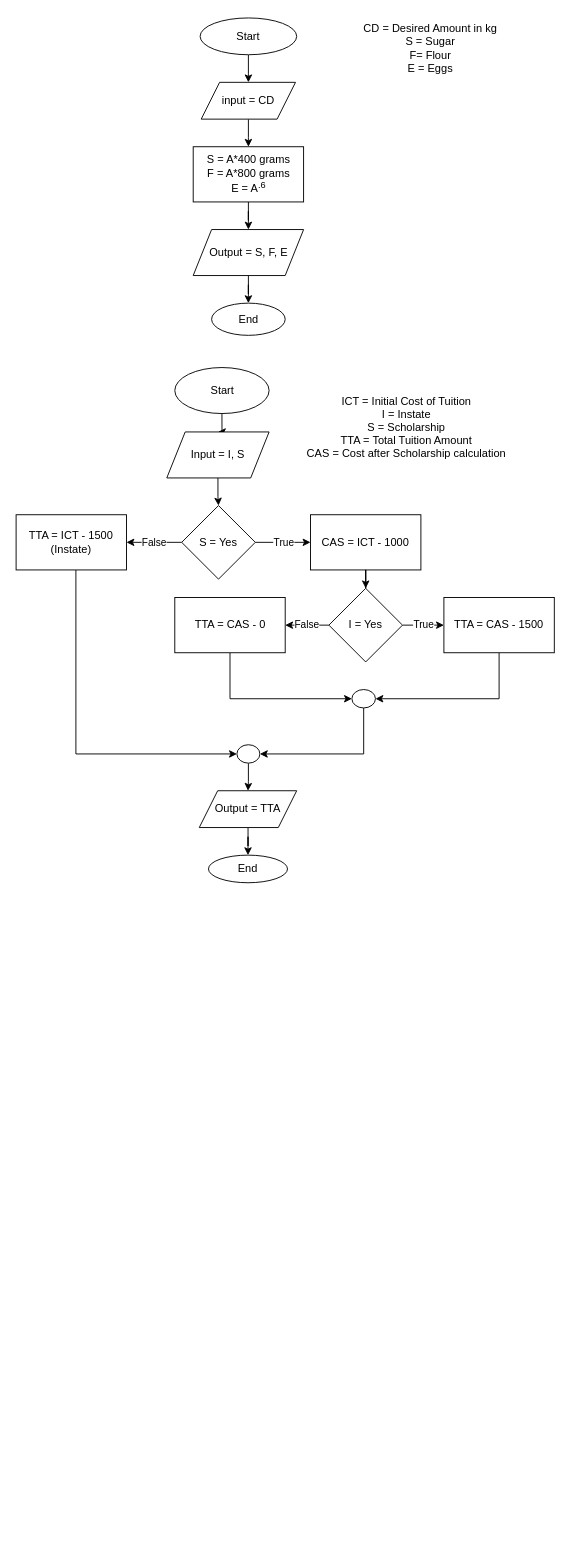
This is Homework.drawio from danielpj17/IS-201, a draw.io file, before an edit. Source tidied: cells renumbered, new cells numbered last; positions are measured from the earlier drawing's top-left corner, leaving out a move shared by most shapes. Both pictures are drawn from the tidied source at 92%, with x=0, y=0 at pixel (16, 16).
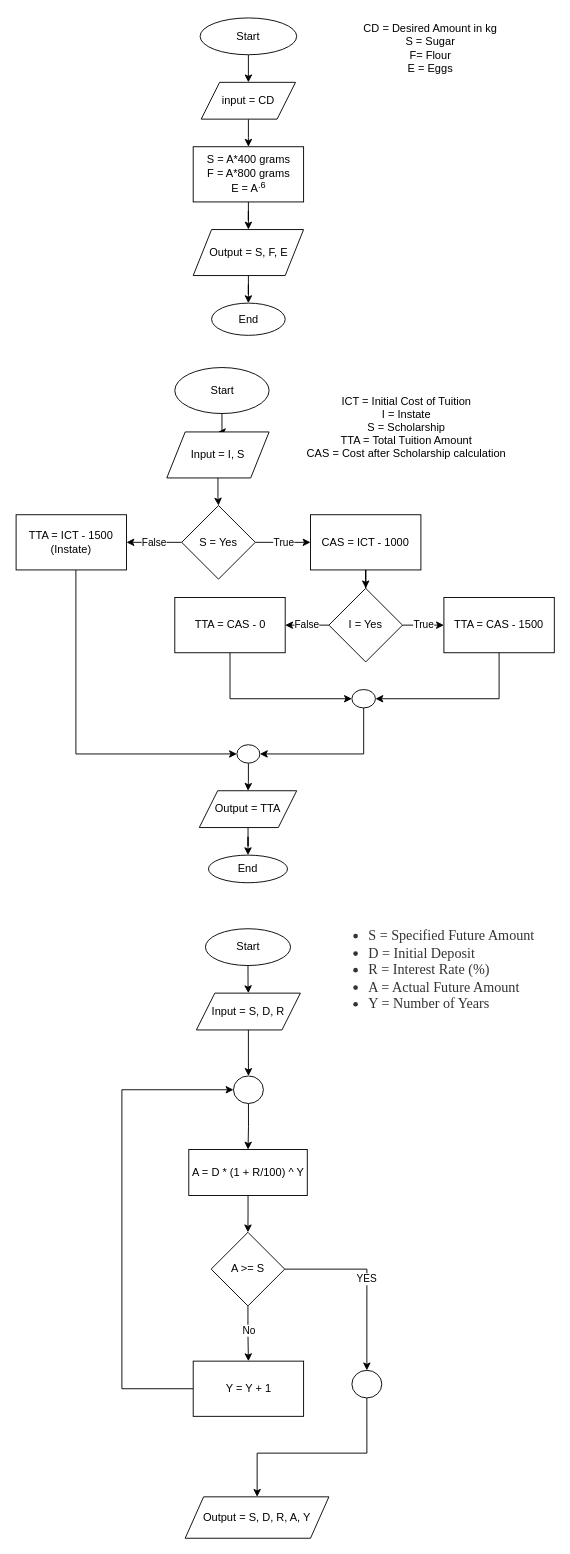
The same page after the edit.

The edit, as a diff of the source:
```diff
@@
+    <mxCell id="39" style="edgeStyle=orthogonalEdgeStyle;rounded=0;jettySize=auto;html=1;" parent="1" edge="1" source="40" target="43">
+      <mxGeometry relative="1" as="geometry" />
+    </mxCell>
+    <mxCell id="40" value="Start" style="ellipse;whiteSpace=wrap;html=1;" parent="1" vertex="1">
+      <mxGeometry x="205.8" y="992" width="92.5" height="40" as="geometry" />
+    </mxCell>
+    <mxCell id="41" value="&lt;ul style=&quot;box-sizing: border-box; margin-top: 0px; margin-bottom: 20px; list-style-position: outside; margin-left: 40px; padding-left: 20px; color: rgb(51, 51, 51); font-family: &amp;quot;PT Serif&amp;quot;, serif; font-size: 15.4px; text-align: start; background-color: rgb(255, 255, 255);&quot;&gt;&lt;li style=&quot;box-sizing: border-box;&quot;&gt;S = Specified Future Amount&lt;/li&gt;&lt;li style=&quot;box-sizing: border-box;&quot;&gt;D = Initial Deposit&lt;/li&gt;&lt;li style=&quot;box-sizing: border-box;&quot;&gt;R = Interest Rate (%)&lt;/li&gt;&lt;li style=&quot;box-sizing: border-box;&quot;&gt;A = Actual Future Amount&lt;/li&gt;&lt;li style=&quot;box-sizing: border-box;&quot;&gt;Y = Number of Years&lt;/li&gt;&lt;/ul&gt;" style="text;html=1;align=center;verticalAlign=middle;strokeColor=none;fillColor=none;" parent="1" vertex="1">
+      <mxGeometry x="312.5" y="982" width="260" height="130" as="geometry" />
+    </mxCell>
+    <mxCell id="42" style="edgeStyle=orthogonalEdgeStyle;rounded=0;jettySize=auto;html=1;entryX=0.5;entryY=0;entryDx=0;entryDy=0;" parent="1" edge="1" source="43" target="45">
+      <mxGeometry relative="1" as="geometry" />
+    </mxCell>
+    <mxCell id="43" value="Input = S, D, R" style="shape=parallelogram;perimeter=parallelogramPerimeter;whiteSpace=wrap;html=1;fixedSize=1;" parent="1" vertex="1">
+      <mxGeometry x="196" y="1062" width="113" height="40" as="geometry" />
+    </mxCell>
+    <mxCell id="44" style="edgeStyle=orthogonalEdgeStyle;rounded=0;jettySize=auto;html=1;entryX=0.5;entryY=0;entryDx=0;entryDy=0;" parent="1" edge="1" source="45" target="56">
+      <mxGeometry relative="1" as="geometry" />
+    </mxCell>
+    <mxCell id="45" style="ellipse;whiteSpace=wrap;html=1;" parent="1" vertex="1">
+      <mxGeometry x="236.3" y="1152" width="32.5" height="30" as="geometry" />
+    </mxCell>
+    <mxCell id="46" style="edgeStyle=orthogonalEdgeStyle;rounded=0;jettySize=auto;html=1;" parent="1" edge="1" source="49" target="51">
+      <mxGeometry relative="1" as="geometry" />
+    </mxCell>
+    <mxCell id="47" value="No" style="edgeLabel;html=1;align=center;verticalAlign=middle;" parent="46" vertex="1">
+      <mxGeometry x="-0.14" relative="1" as="geometry" />
+    </mxCell>
+    <mxCell id="48" value="YES" style="edgeStyle=orthogonalEdgeStyle;rounded=0;jettySize=auto;html=1;" parent="1" edge="1" source="49" target="53">
+      <mxGeometry relative="1" as="geometry" />
+    </mxCell>
+    <mxCell id="49" value="A &amp;gt;= S" style="rhombus;whiteSpace=wrap;html=1;" parent="1" vertex="1">
+      <mxGeometry x="212" y="1322" width="80" height="80" as="geometry" />
+    </mxCell>
+    <mxCell id="50" style="edgeStyle=orthogonalEdgeStyle;rounded=0;jettySize=auto;html=1;entryX=0;entryY=0.5;entryDx=0;entryDy=0;" parent="1" edge="1" source="51" target="45">
+      <mxGeometry relative="1" as="geometry">
+        <Array as="points">
+          <mxPoint x="115" y="1492" />
+          <mxPoint x="115" y="1167" />
+        </Array>
+      </mxGeometry>
+    </mxCell>
+    <mxCell id="51" value="Y = Y + 1" style="whiteSpace=wrap;html=1;" parent="1" vertex="1">
+      <mxGeometry x="192.5" y="1462" width="120" height="60" as="geometry" />
+    </mxCell>
+    <mxCell id="52" style="edgeStyle=orthogonalEdgeStyle;rounded=0;jettySize=auto;html=1;" parent="1" edge="1" source="53" target="54">
+      <mxGeometry relative="1" as="geometry">
+        <Array as="points">
+          <mxPoint x="381" y="1562" />
+          <mxPoint x="262" y="1562" />
+        </Array>
+      </mxGeometry>
+    </mxCell>
+    <mxCell id="53" style="ellipse;whiteSpace=wrap;html=1;" parent="1" vertex="1">
+      <mxGeometry x="365" y="1472" width="32.5" height="30" as="geometry" />
+    </mxCell>
+    <mxCell id="54" value="Output = S, D, R, A, Y" style="shape=parallelogram;perimeter=parallelogramPerimeter;whiteSpace=wrap;html=1;fixedSize=1;" parent="1" vertex="1">
+      <mxGeometry x="183.8" y="1609.5" width="156.2" height="45" as="geometry" />
+    </mxCell>
+    <mxCell id="55" style="edgeStyle=orthogonalEdgeStyle;rounded=0;jettySize=auto;html=1;" parent="1" edge="1" source="56" target="49">
+      <mxGeometry relative="1" as="geometry" />
+    </mxCell>
+    <mxCell id="56" value="A = D * (1 + R/100) ^ Y" style="whiteSpace=wrap;html=1;" parent="1" vertex="1">
+      <mxGeometry x="187.7" y="1232" width="128.8" height="50" as="geometry" />
+    </mxCell>
```
